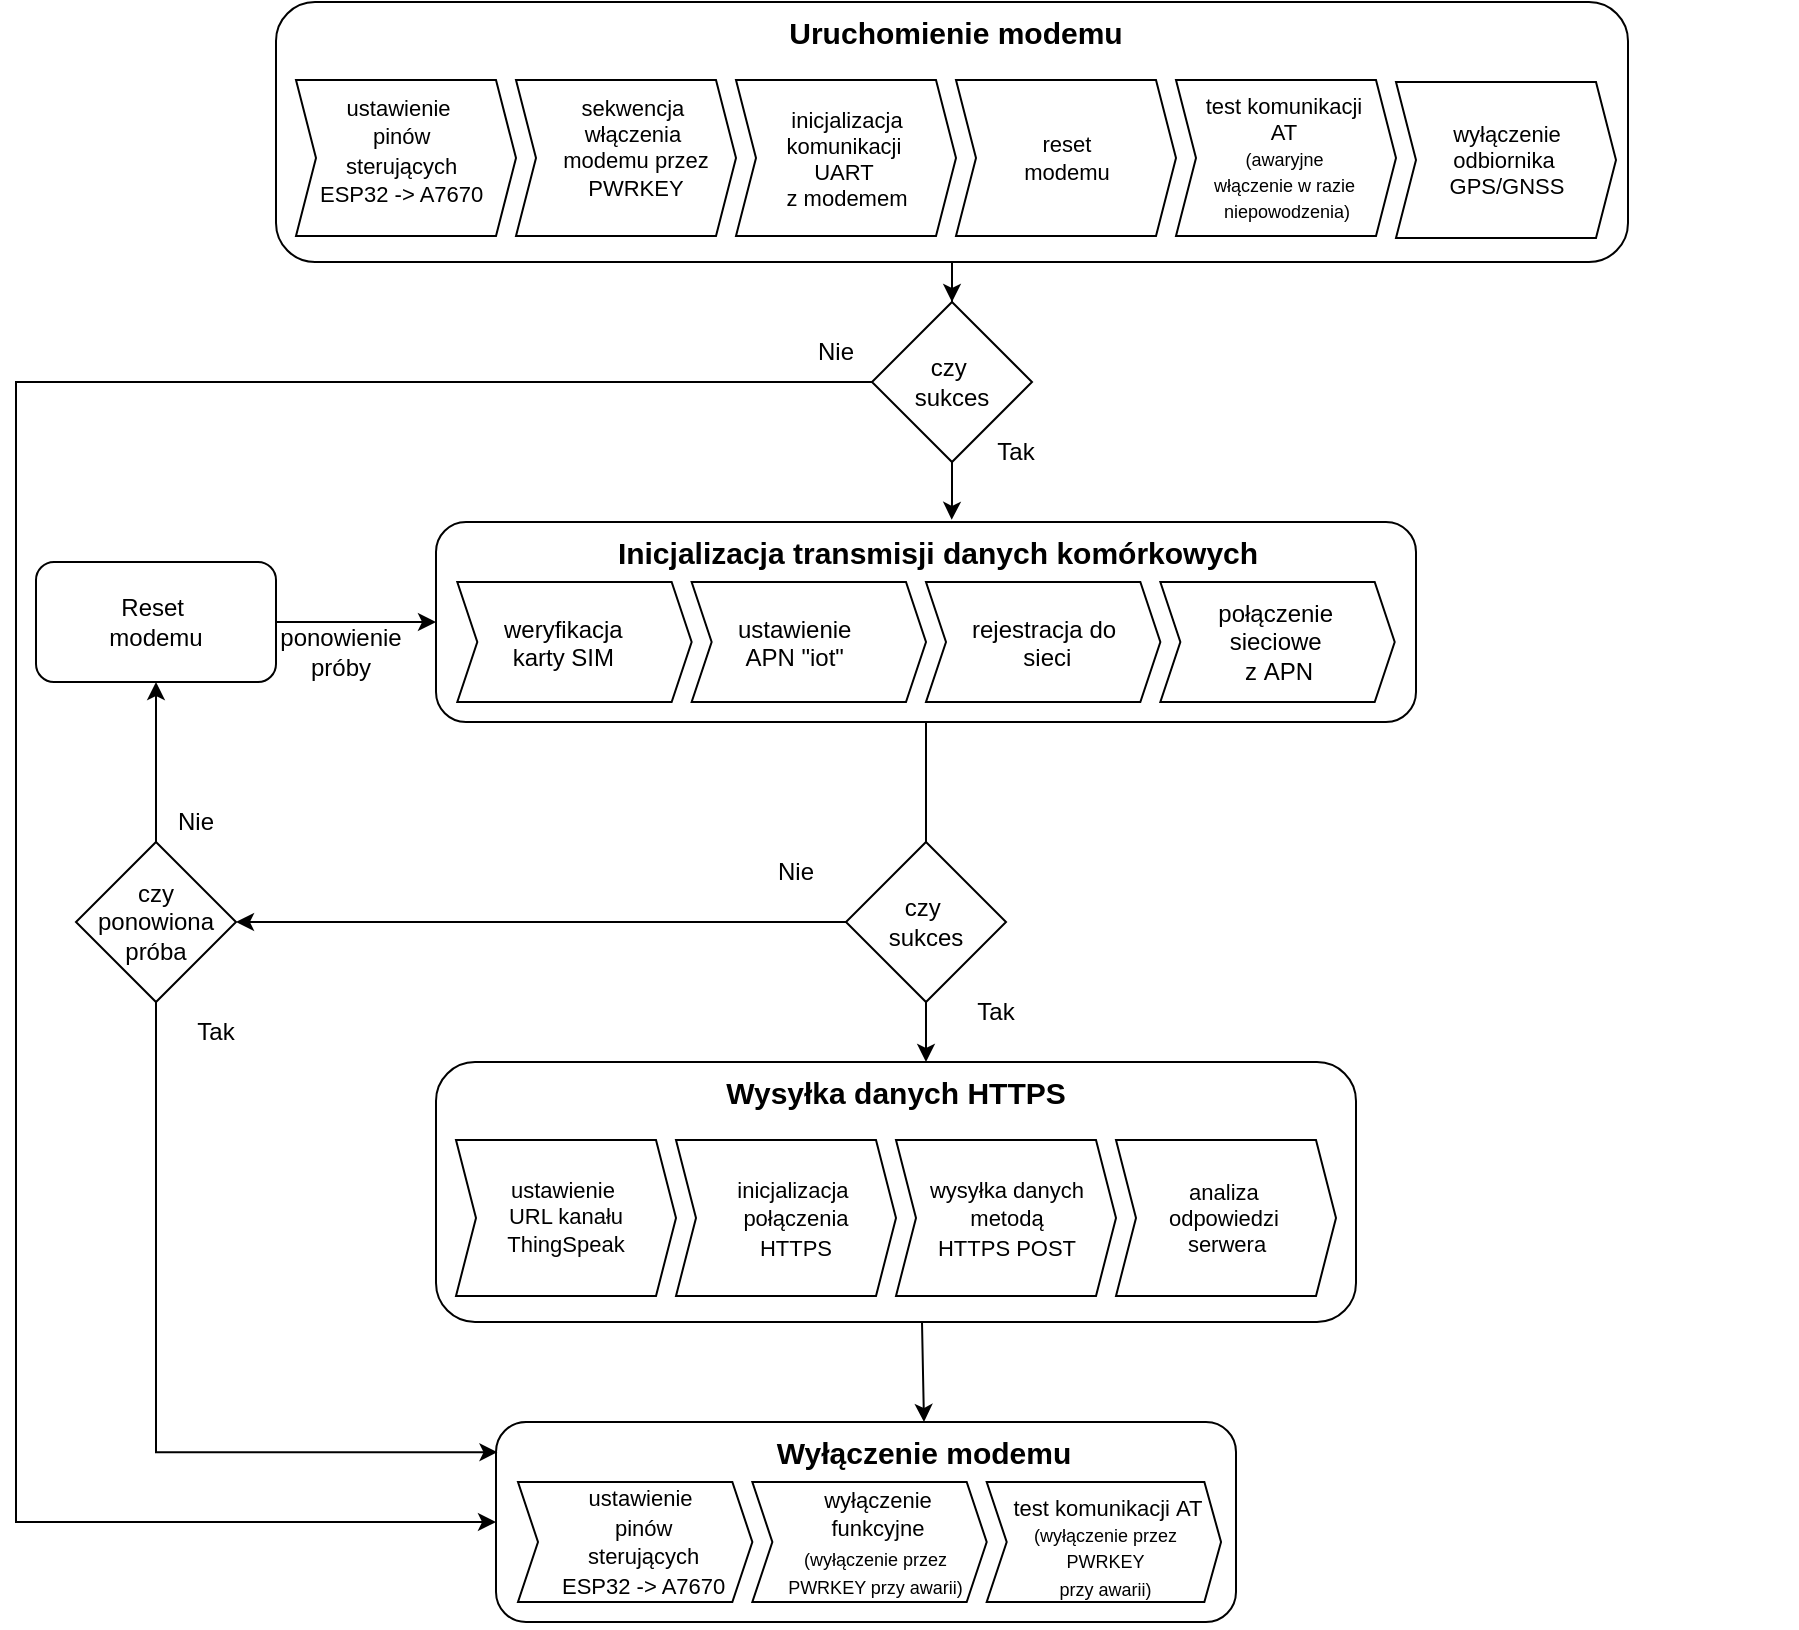
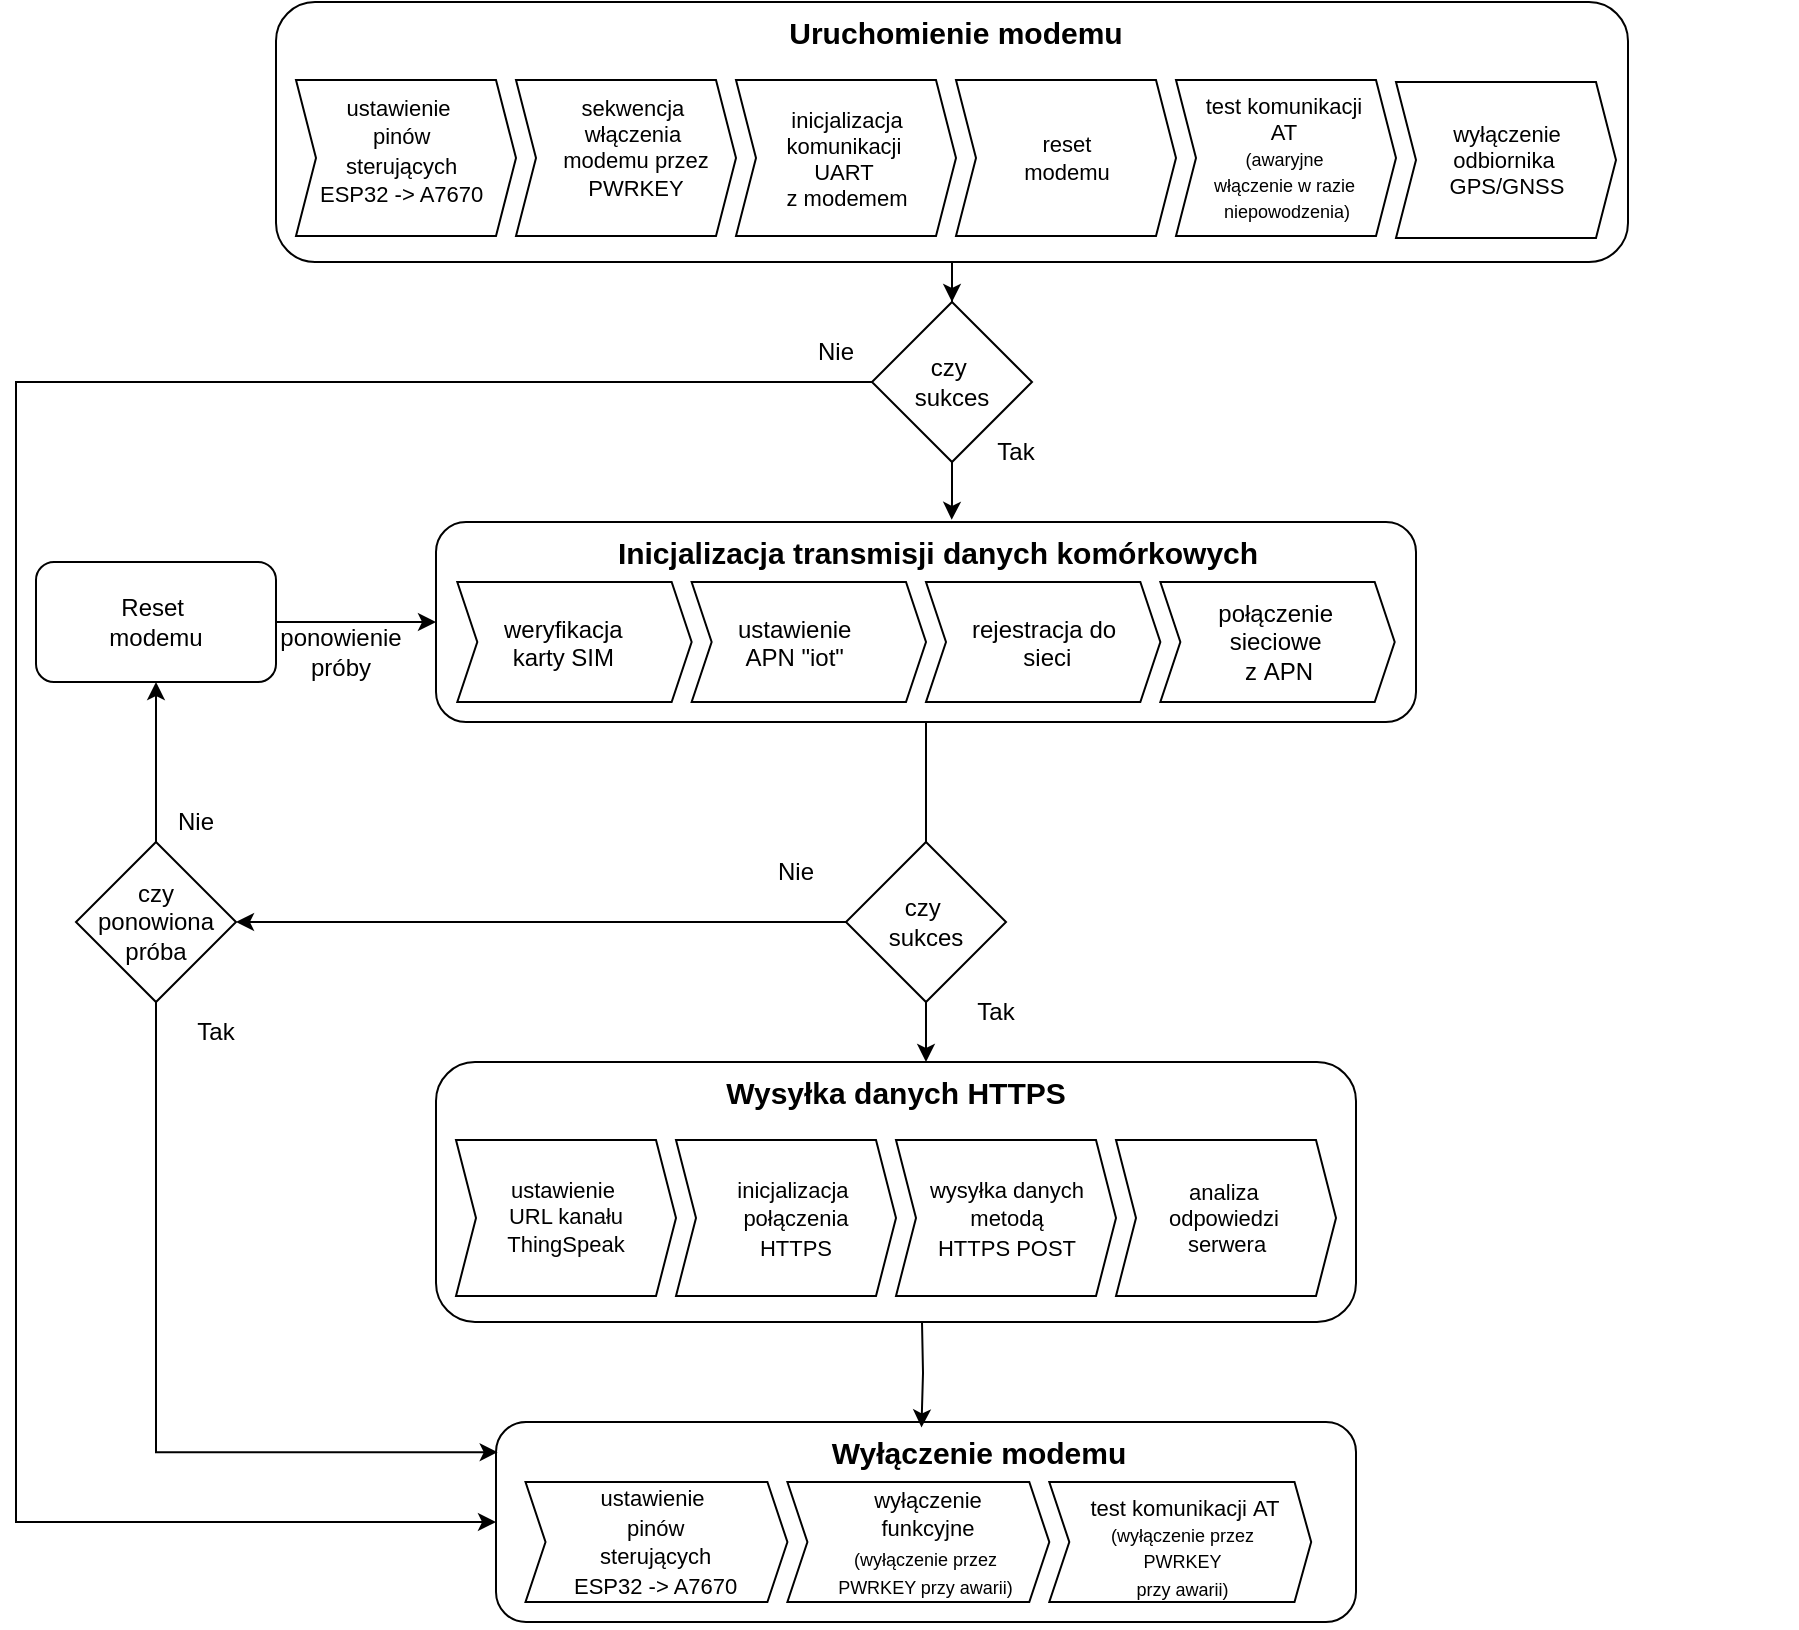
<mxfile host="app.diagrams.net">
  <diagram name="Strona-1" id="qUiWrLwNQSNPpPlMcjFA">
-     <mxGraphModel dx="1386" dy="2143" grid="1" gridSize="10" guides="1" tooltips="1" connect="1" arrows="1" fold="1" page="1" pageScale="1" pageWidth="827" pageHeight="1169" math="0" shadow="0">
+     <mxGraphModel dx="554" dy="1559" grid="1" gridSize="10" guides="1" tooltips="1" connect="1" arrows="1" fold="1" page="1" pageScale="1" pageWidth="827" pageHeight="1169" math="0" shadow="0">
      <root>
        <mxCell id="0" />
        <mxCell id="1" parent="0" />
        <mxCell id="zzqq1YDTvUKB0URQ00NY-44" connectable="0" parent="1" style="group" value="" vertex="1">
          <mxGeometry height="100" width="490.6521739130435" x="650" y="110" as="geometry" />
        </mxCell>
        <mxCell id="zzqq1YDTvUKB0URQ00NY-41" parent="zzqq1YDTvUKB0URQ00NY-44" style="rounded=1;whiteSpace=wrap;html=1;fillColor=none;" value="" vertex="1">
          <mxGeometry height="100" width="490.0000000000001" as="geometry" />
        </mxCell>
        <mxCell id="zzqq1YDTvUKB0URQ00NY-43" connectable="0" parent="zzqq1YDTvUKB0URQ00NY-44" style="group" value="" vertex="1">
          <mxGeometry height="90" width="480" x="10.65217391304348" as="geometry" />
        </mxCell>
        <mxCell id="zzqq1YDTvUKB0URQ00NY-32" parent="zzqq1YDTvUKB0URQ00NY-43" style="html=1;shadow=0;dashed=0;align=center;verticalAlign=middle;shape=mxgraph.arrows2.arrow;dy=0;dx=10;notch=10;" value="" vertex="1">
          <mxGeometry height="60" width="117.17391304347828" y="30" as="geometry" />
        </mxCell>
        <mxCell id="zzqq1YDTvUKB0URQ00NY-34" parent="zzqq1YDTvUKB0URQ00NY-43" style="text;whiteSpace=wrap;html=1;" value="&lt;span style=&quot;caret-color: rgb(0, 0, 0); color: rgb(0, 0, 0); font-family: Helvetica; font-size: 12.000001px; font-style: normal; font-variant-caps: normal; font-weight: 400; letter-spacing: normal; orphans: 2; text-align: center; text-indent: 0px; text-transform: none; white-space: nowrap; widows: 2; word-spacing: 0px; -webkit-text-stroke-width: 0px; text-decoration-line: none; text-decoration-thickness: auto; text-decoration-style: solid;&quot;&gt;weryfikacja&lt;/span&gt;&lt;div style=&quot;caret-color: rgb(0, 0, 0); color: rgb(0, 0, 0); font-family: Helvetica; font-size: 12.000001px; font-style: normal; font-variant-caps: normal; font-weight: 400; letter-spacing: normal; orphans: 2; text-align: center; text-indent: 0px; text-transform: none; white-space: nowrap; widows: 2; word-spacing: 0px; -webkit-text-stroke-width: 0px; text-decoration-line: none; text-decoration-thickness: auto; text-decoration-style: solid;&quot;&gt;karty SIM&lt;/div&gt;" vertex="1">
          <mxGeometry height="50" width="95.86956521739131" x="21.30434782608696" y="40" as="geometry" />
        </mxCell>
        <mxCell id="zzqq1YDTvUKB0URQ00NY-35" parent="zzqq1YDTvUKB0URQ00NY-43" style="html=1;shadow=0;dashed=0;align=center;verticalAlign=middle;shape=mxgraph.arrows2.arrow;dy=0;dx=10;notch=10;" value="" vertex="1">
          <mxGeometry height="60" width="117.17391304347828" x="117.17391304347828" y="30" as="geometry" />
        </mxCell>
        <mxCell id="zzqq1YDTvUKB0URQ00NY-36" parent="zzqq1YDTvUKB0URQ00NY-43" style="text;whiteSpace=wrap;html=1;" value="&lt;div style=&quot;text-align: center;&quot;&gt;&lt;span style=&quot;font-size: 12px; caret-color: rgb(0, 0, 0); text-wrap-mode: nowrap;&quot;&gt;&lt;font color=&quot;#000000&quot;&gt;ustawienie&lt;/font&gt;&lt;/span&gt;&lt;/div&gt;&lt;div style=&quot;text-align: center;&quot;&gt;&lt;span style=&quot;font-size: 12px; caret-color: rgb(0, 0, 0); text-wrap-mode: nowrap;&quot;&gt;&lt;font color=&quot;#000000&quot;&gt;APN&amp;nbsp;&lt;/font&gt;&lt;/span&gt;&lt;span style=&quot;font-size: 12px; white-space: nowrap;&quot;&gt;&quot;iot&quot;&lt;/span&gt;&lt;/div&gt;" vertex="1">
          <mxGeometry height="50" width="95.86956521739131" x="138.47826086956525" y="40" as="geometry" />
        </mxCell>
        <mxCell id="zzqq1YDTvUKB0URQ00NY-37" parent="zzqq1YDTvUKB0URQ00NY-43" style="html=1;shadow=0;dashed=0;align=center;verticalAlign=middle;shape=mxgraph.arrows2.arrow;dy=0;dx=10;notch=10;" value="" vertex="1">
          <mxGeometry height="60" width="117.17391304347828" x="234.34782608695656" y="30" as="geometry" />
        </mxCell>
        <mxCell id="zzqq1YDTvUKB0URQ00NY-38" parent="zzqq1YDTvUKB0URQ00NY-43" style="text;whiteSpace=wrap;html=1;" value="&lt;div style=&quot;text-align: center;&quot;&gt;&lt;span style=&quot;caret-color: rgb(0, 0, 0); text-wrap-mode: nowrap;&quot;&gt;rejestracja do&amp;nbsp;&lt;/span&gt;&lt;/div&gt;&lt;div style=&quot;text-align: center;&quot;&gt;&lt;span style=&quot;caret-color: rgb(0, 0, 0); text-wrap-mode: nowrap;&quot;&gt;sieci&lt;/span&gt;&lt;/div&gt;" vertex="1">
          <mxGeometry height="50" width="95.86956521739131" x="255.6521739130435" y="40" as="geometry" />
        </mxCell>
        <mxCell id="zzqq1YDTvUKB0URQ00NY-39" parent="zzqq1YDTvUKB0URQ00NY-43" style="html=1;shadow=0;dashed=0;align=center;verticalAlign=middle;shape=mxgraph.arrows2.arrow;dy=0;dx=10;notch=10;" value="połączenie&amp;nbsp;&lt;div&gt;sieciowe&amp;nbsp;&lt;/div&gt;&lt;div&gt;z&amp;nbsp;&lt;span style=&quot;font-size: 12px;&quot;&gt;APN&lt;/span&gt;&lt;/div&gt;" vertex="1">
          <mxGeometry height="60" width="117.17391304347828" x="351.52173913043487" y="30" as="geometry" />
        </mxCell>
        <mxCell id="zzqq1YDTvUKB0URQ00NY-42" parent="zzqq1YDTvUKB0URQ00NY-43" style="text;whiteSpace=wrap;html=1;align=center;" value="&lt;div style=&quot;&quot;&gt;&lt;span style=&quot;&quot;&gt;&lt;b&gt;&lt;font style=&quot;font-size: 15px;&quot;&gt;Inicjalizacja transmisji danych komórkowych&lt;/font&gt;&lt;/b&gt;&lt;/span&gt;&lt;br&gt;&lt;/div&gt;" vertex="1">
          <mxGeometry height="50" width="480" as="geometry" />
        </mxCell>
        <mxCell id="zzqq1YDTvUKB0URQ00NY-64" connectable="0" parent="1" style="group" value="" vertex="1">
          <mxGeometry height="130" width="680" x="570" y="-150" as="geometry" />
        </mxCell>
        <mxCell id="zzqq1YDTvUKB0URQ00NY-47" parent="zzqq1YDTvUKB0URQ00NY-64" style="rounded=1;whiteSpace=wrap;html=1;fillColor=none;" value="" vertex="1">
          <mxGeometry height="130" width="676" as="geometry" />
        </mxCell>
        <mxCell id="zzqq1YDTvUKB0URQ00NY-63" connectable="0" parent="zzqq1YDTvUKB0URQ00NY-64" style="group" value="" vertex="1">
          <mxGeometry height="118" width="670" x="10" as="geometry" />
        </mxCell>
        <mxCell id="zzqq1YDTvUKB0URQ00NY-48" connectable="0" parent="zzqq1YDTvUKB0URQ00NY-63" style="group" value="" vertex="1">
          <mxGeometry height="117" width="670" as="geometry" />
        </mxCell>
        <mxCell id="zzqq1YDTvUKB0URQ00NY-49" parent="zzqq1YDTvUKB0URQ00NY-48" style="html=1;shadow=0;dashed=0;align=center;verticalAlign=middle;shape=mxgraph.arrows2.arrow;dy=0;dx=10;notch=10;" value="" vertex="1">
          <mxGeometry height="78" width="110" y="39" as="geometry" />
        </mxCell>
        <mxCell id="zzqq1YDTvUKB0URQ00NY-51" parent="zzqq1YDTvUKB0URQ00NY-48" style="html=1;shadow=0;dashed=0;align=center;verticalAlign=middle;shape=mxgraph.arrows2.arrow;dy=0;dx=10;notch=10;" value="" vertex="1">
          <mxGeometry height="78" width="110" x="110" y="39" as="geometry" />
        </mxCell>
        <mxCell id="zzqq1YDTvUKB0URQ00NY-52" parent="zzqq1YDTvUKB0URQ00NY-48" style="text;whiteSpace=wrap;html=1;fontSize=11;align=center;" value="&lt;div style=&quot;&quot;&gt;&lt;span style=&quot;caret-color: rgb(0, 0, 0); text-wrap-mode: nowrap;&quot;&gt;sekwencja&amp;nbsp;&lt;/span&gt;&lt;/div&gt;&lt;div style=&quot;&quot;&gt;&lt;span style=&quot;caret-color: rgb(0, 0, 0); text-wrap-mode: nowrap;&quot;&gt;włączenia&amp;nbsp;&lt;/span&gt;&lt;/div&gt;&lt;div style=&quot;&quot;&gt;&lt;span style=&quot;caret-color: rgb(0, 0, 0); text-wrap-mode: nowrap;&quot;&gt;modemu przez&lt;/span&gt;&lt;/div&gt;&lt;div style=&quot;&quot;&gt;&lt;span style=&quot;caret-color: rgb(0, 0, 0); text-wrap-mode: nowrap;&quot;&gt;PWRKEY&lt;/span&gt;&lt;/div&gt;&lt;div style=&quot;&quot;&gt;&lt;span style=&quot;caret-color: rgb(0, 0, 0); text-wrap-mode: nowrap;&quot;&gt;&lt;br&gt;&lt;/span&gt;&lt;/div&gt;&lt;div style=&quot;&quot;&gt;&lt;br&gt;&lt;/div&gt;" vertex="1">
          <mxGeometry height="77" width="120" x="110" y="40" as="geometry" />
        </mxCell>
        <mxCell id="zzqq1YDTvUKB0URQ00NY-53" parent="zzqq1YDTvUKB0URQ00NY-48" style="html=1;shadow=0;dashed=0;align=center;verticalAlign=middle;shape=mxgraph.arrows2.arrow;dy=0;dx=10;notch=10;" value="&lt;span style=&quot;font-size: 11px; float: none; display: inline !important; caret-color: rgb(0, 0, 0); color: rgb(0, 0, 0); text-decoration-color: currentcolor;&quot;&gt;inicjalizacja&lt;/span&gt;&lt;div style=&quot;font-size: 11px; white-space: normal; caret-color: rgb(0, 0, 0); color: rgb(0, 0, 0);&quot;&gt;&lt;span style=&quot;text-wrap-mode: nowrap;&quot;&gt;komunikacji&amp;nbsp;&lt;/span&gt;&lt;/div&gt;&lt;div style=&quot;font-size: 11px; white-space: normal; caret-color: rgb(0, 0, 0); color: rgb(0, 0, 0);&quot;&gt;&lt;span style=&quot;text-wrap-mode: nowrap;&quot;&gt;UART&amp;nbsp;&lt;/span&gt;&lt;/div&gt;&lt;div style=&quot;font-size: 11px; white-space: normal; caret-color: rgb(0, 0, 0); color: rgb(0, 0, 0);&quot;&gt;&lt;span style=&quot;text-wrap-mode: nowrap;&quot;&gt;z modemem&lt;/span&gt;&lt;/div&gt;" vertex="1">
          <mxGeometry height="78" width="110" x="220" y="39" as="geometry" />
        </mxCell>
        <mxCell id="zzqq1YDTvUKB0URQ00NY-55" parent="zzqq1YDTvUKB0URQ00NY-48" style="html=1;shadow=0;dashed=0;align=center;verticalAlign=middle;shape=mxgraph.arrows2.arrow;dy=0;dx=10;notch=10;fontSize=11;labelBackgroundColor=none;" value="reset&lt;div&gt;modemu&lt;/div&gt;" vertex="1">
          <mxGeometry height="78" width="110" x="330" y="39" as="geometry" />
        </mxCell>
        <mxCell id="zzqq1YDTvUKB0URQ00NY-56" parent="zzqq1YDTvUKB0URQ00NY-48" style="text;whiteSpace=wrap;html=1;align=center;" value="&lt;div style=&quot;&quot;&gt;&lt;b&gt;&lt;font style=&quot;font-size: 15px;&quot;&gt;Uruchomienie modemu&lt;/font&gt;&lt;/b&gt;&lt;/div&gt;" vertex="1">
          <mxGeometry height="65" width="680" x="-10" as="geometry" />
        </mxCell>
        <mxCell id="zzqq1YDTvUKB0URQ00NY-50" parent="zzqq1YDTvUKB0URQ00NY-48" style="text;whiteSpace=wrap;html=1;" value="&lt;div style=&quot;text-align: center;&quot;&gt;&lt;span style=&quot;text-wrap-mode: nowrap;&quot;&gt;&lt;font style=&quot;font-size: 11px;&quot;&gt;ustawienie&amp;nbsp;&lt;/font&gt;&lt;/span&gt;&lt;/div&gt;&lt;div style=&quot;text-align: center;&quot;&gt;&lt;span style=&quot;text-wrap-mode: nowrap;&quot;&gt;&lt;font style=&quot;font-size: 11px;&quot;&gt;pinów&lt;/font&gt;&lt;/span&gt;&lt;/div&gt;&lt;div style=&quot;text-align: center;&quot;&gt;&lt;span style=&quot;text-wrap-mode: nowrap;&quot;&gt;&lt;font style=&quot;font-size: 11px;&quot;&gt;&amp;nbsp;sterujących&amp;nbsp;&lt;/font&gt;&lt;/span&gt;&lt;/div&gt;&lt;div style=&quot;text-align: center;&quot;&gt;&lt;span style=&quot;font-size: 11px; text-wrap-mode: nowrap;&quot;&gt;ESP32 -&amp;gt; A7670&lt;/span&gt;&lt;/div&gt;&lt;div style=&quot;text-align: center;&quot;&gt;&lt;span style=&quot;text-wrap-mode: nowrap;&quot;&gt;&lt;br&gt;&lt;/span&gt;&lt;/div&gt;" vertex="1">
          <mxGeometry height="65" width="90" x="10" y="39" as="geometry" />
        </mxCell>
        <mxCell id="zzqq1YDTvUKB0URQ00NY-58" parent="zzqq1YDTvUKB0URQ00NY-63" style="html=1;shadow=0;dashed=0;align=center;verticalAlign=middle;shape=mxgraph.arrows2.arrow;dy=0;dx=10;notch=10;fontSize=11;" value="test komunikacji&amp;nbsp;&lt;div&gt;AT&amp;nbsp;&lt;div&gt;&lt;font style=&quot;font-size: 9px;&quot;&gt;(awaryjne&amp;nbsp;&lt;/font&gt;&lt;/div&gt;&lt;div&gt;&lt;font style=&quot;font-size: 9px;&quot;&gt;włączenie w razie&amp;nbsp;&lt;/font&gt;&lt;/div&gt;&lt;div&gt;&lt;font style=&quot;font-size: 9px;&quot;&gt;niepowodzenia)&lt;/font&gt;&lt;/div&gt;&lt;/div&gt;" vertex="1">
          <mxGeometry height="78" width="110" x="440" y="39" as="geometry" />
        </mxCell>
        <mxCell id="zzqq1YDTvUKB0URQ00NY-59" parent="zzqq1YDTvUKB0URQ00NY-63" style="html=1;shadow=0;dashed=0;align=center;verticalAlign=middle;shape=mxgraph.arrows2.arrow;dy=0;dx=10;notch=10;fontSize=11;" value="wyłączenie&lt;div&gt;odbiornika&amp;nbsp;&lt;/div&gt;&lt;div&gt;GPS/GNSS&lt;/div&gt;" vertex="1">
          <mxGeometry height="78" width="110" x="550" y="40" as="geometry" />
        </mxCell>
        <mxCell id="zzqq1YDTvUKB0URQ00NY-69" edge="1" parent="1" source="zzqq1YDTvUKB0URQ00NY-65" style="edgeStyle=orthogonalEdgeStyle;rounded=0;orthogonalLoop=1;jettySize=auto;html=1;fontSize=13;entryX=0.515;entryY=-0.022;entryDx=0;entryDy=0;entryPerimeter=0;" target="zzqq1YDTvUKB0URQ00NY-42" value="">
          <mxGeometry relative="1" as="geometry" />
        </mxCell>
        <mxCell id="zzqq1YDTvUKB0URQ00NY-126" edge="1" parent="1" source="zzqq1YDTvUKB0URQ00NY-65" style="edgeStyle=orthogonalEdgeStyle;rounded=0;orthogonalLoop=1;jettySize=auto;html=1;entryX=0;entryY=0.5;entryDx=0;entryDy=0;" target="zzqq1YDTvUKB0URQ00NY-73">
          <mxGeometry relative="1" as="geometry">
            <Array as="points">
              <mxPoint x="440" y="40" />
              <mxPoint x="440" y="610" />
            </Array>
            <mxPoint x="430" y="730" as="targetPoint" />
          </mxGeometry>
        </mxCell>
        <mxCell id="zzqq1YDTvUKB0URQ00NY-65" parent="1" style="rhombus;whiteSpace=wrap;html=1;" value="czy&amp;nbsp;&lt;div&gt;sukces&lt;/div&gt;" vertex="1">
          <mxGeometry height="80" width="80" x="868" as="geometry" />
        </mxCell>
        <mxCell id="zzqq1YDTvUKB0URQ00NY-66" parent="1" style="text;html=1;whiteSpace=wrap;strokeColor=none;fillColor=none;align=center;verticalAlign=middle;rounded=0;" value="Nie" vertex="1">
          <mxGeometry height="30" width="60" x="820" y="10" as="geometry" />
        </mxCell>
        <mxCell id="zzqq1YDTvUKB0URQ00NY-94" parent="1" style="text;html=1;whiteSpace=wrap;strokeColor=none;fillColor=none;align=center;verticalAlign=middle;rounded=0;" value="Tak" vertex="1">
          <mxGeometry height="30" width="60" x="910" y="60" as="geometry" />
        </mxCell>
        <mxCell id="zzqq1YDTvUKB0URQ00NY-108" edge="1" parent="1" source="zzqq1YDTvUKB0URQ00NY-41" style="edgeStyle=orthogonalEdgeStyle;rounded=0;orthogonalLoop=1;jettySize=auto;html=1;entryX=0.5;entryY=0;entryDx=0;entryDy=0;exitX=0.5;exitY=1;exitDx=0;exitDy=0;">
          <mxGeometry relative="1" as="geometry">
            <mxPoint x="895" y="380" as="targetPoint" />
          </mxGeometry>
        </mxCell>
        <mxCell id="zzqq1YDTvUKB0URQ00NY-119" edge="1" parent="1" source="zzqq1YDTvUKB0URQ00NY-109" style="edgeStyle=orthogonalEdgeStyle;rounded=0;orthogonalLoop=1;jettySize=auto;html=1;" target="zzqq1YDTvUKB0URQ00NY-115">
          <mxGeometry relative="1" as="geometry" />
        </mxCell>
        <mxCell id="zzqq1YDTvUKB0URQ00NY-109" parent="1" style="rhombus;whiteSpace=wrap;html=1;" value="czy&amp;nbsp;&lt;div&gt;sukces&lt;/div&gt;" vertex="1">
          <mxGeometry height="80" width="80" x="855" y="270" as="geometry" />
        </mxCell>
        <mxCell id="zzqq1YDTvUKB0URQ00NY-110" parent="1" style="text;html=1;whiteSpace=wrap;strokeColor=none;fillColor=none;align=center;verticalAlign=middle;rounded=0;" value="Tak" vertex="1">
          <mxGeometry height="30" width="60" x="900" y="340" as="geometry" />
        </mxCell>
        <mxCell id="zzqq1YDTvUKB0URQ00NY-111" parent="1" style="text;html=1;whiteSpace=wrap;strokeColor=none;fillColor=none;align=center;verticalAlign=middle;rounded=0;" value="Nie" vertex="1">
          <mxGeometry height="30" width="60" x="800" y="270" as="geometry" />
        </mxCell>
        <mxCell id="zzqq1YDTvUKB0URQ00NY-121" edge="1" parent="1" source="zzqq1YDTvUKB0URQ00NY-113" style="edgeStyle=orthogonalEdgeStyle;rounded=0;orthogonalLoop=1;jettySize=auto;html=1;entryX=0;entryY=0.5;entryDx=0;entryDy=0;" target="zzqq1YDTvUKB0URQ00NY-41" value="">
          <mxGeometry relative="1" as="geometry" />
        </mxCell>
        <mxCell id="zzqq1YDTvUKB0URQ00NY-113" parent="1" style="rounded=1;whiteSpace=wrap;html=1;" value="Reset&amp;nbsp;&lt;div&gt;modemu&lt;/div&gt;" vertex="1">
          <mxGeometry height="60" width="120" x="450" y="130" as="geometry" />
        </mxCell>
        <mxCell id="zzqq1YDTvUKB0URQ00NY-114" edge="1" parent="1" source="zzqq1YDTvUKB0URQ00NY-115" style="edgeStyle=orthogonalEdgeStyle;rounded=0;orthogonalLoop=1;jettySize=auto;html=1;" target="zzqq1YDTvUKB0URQ00NY-113" value="">
          <mxGeometry relative="1" as="geometry" />
        </mxCell>
        <mxCell id="zzqq1YDTvUKB0URQ00NY-122" edge="1" parent="1" source="zzqq1YDTvUKB0URQ00NY-115" style="edgeStyle=orthogonalEdgeStyle;rounded=0;orthogonalLoop=1;jettySize=auto;html=1;entryX=0.002;entryY=0.151;entryDx=0;entryDy=0;entryPerimeter=0;" target="zzqq1YDTvUKB0URQ00NY-73">
          <mxGeometry relative="1" as="geometry">
            <Array as="points">
              <mxPoint x="510" y="575" />
            </Array>
          </mxGeometry>
        </mxCell>
        <mxCell id="zzqq1YDTvUKB0URQ00NY-115" parent="1" style="rhombus;whiteSpace=wrap;html=1;" value="czy ponowiona próba" vertex="1">
          <mxGeometry height="80" width="80" x="470" y="270" as="geometry" />
        </mxCell>
        <mxCell id="zzqq1YDTvUKB0URQ00NY-116" parent="1" style="text;html=1;whiteSpace=wrap;strokeColor=none;fillColor=none;align=center;verticalAlign=middle;rounded=0;" value="Nie" vertex="1">
          <mxGeometry height="30" width="60" x="500" y="245" as="geometry" />
        </mxCell>
        <mxCell id="zzqq1YDTvUKB0URQ00NY-117" parent="1" style="text;html=1;whiteSpace=wrap;strokeColor=none;fillColor=none;align=center;verticalAlign=middle;rounded=0;" value="Tak" vertex="1">
          <mxGeometry height="30" width="60" x="510" y="350" as="geometry" />
        </mxCell>
        <mxCell id="zzqq1YDTvUKB0URQ00NY-120" parent="1" style="text;html=1;whiteSpace=wrap;strokeColor=none;fillColor=none;align=center;verticalAlign=middle;rounded=0;" value="ponowienie próby" vertex="1">
          <mxGeometry height="30" width="95" x="555" y="160" as="geometry" />
        </mxCell>
        <mxCell id="zzqq1YDTvUKB0URQ00NY-128" edge="1" parent="1" source="zzqq1YDTvUKB0URQ00NY-47" style="edgeStyle=orthogonalEdgeStyle;rounded=0;orthogonalLoop=1;jettySize=auto;html=1;entryX=0.5;entryY=0;entryDx=0;entryDy=0;" target="zzqq1YDTvUKB0URQ00NY-65">
          <mxGeometry relative="1" as="geometry" />
        </mxCell>
-         <mxCell id="zzqq1YDTvUKB0URQ00NY-129" edge="1" parent="1" style="edgeStyle=orthogonalEdgeStyle;rounded=0;orthogonalLoop=1;jettySize=auto;html=1;" target="zzqq1YDTvUKB0URQ00NY-82" value="">
+         <mxCell id="zzqq1YDTvUKB0URQ00NY-129" edge="1" parent="1" style="edgeStyle=orthogonalEdgeStyle;rounded=0;orthogonalLoop=1;jettySize=auto;html=1;entryX=0.445;entryY=0.054;entryDx=0;entryDy=0;entryPerimeter=0;" target="zzqq1YDTvUKB0URQ00NY-82" value="">
          <mxGeometry relative="1" as="geometry">
            <mxPoint x="893" y="510" as="sourcePoint" />
          </mxGeometry>
        </mxCell>
        <mxCell id="zzqq1YDTvUKB0URQ00NY-73" parent="1" style="rounded=1;whiteSpace=wrap;html=1;fillColor=none;" value="" vertex="1">
-           <mxGeometry height="100" width="370" x="680" y="560" as="geometry" />
+           <mxGeometry height="100" width="430" x="680" y="560" as="geometry" />
        </mxCell>
        <mxCell id="zzqq1YDTvUKB0URQ00NY-133" connectable="0" parent="1" style="group" value="" vertex="1">
-           <mxGeometry height="95" width="501.9999999999999" x="659.0021739130435" y="560" as="geometry" />
+           <mxGeometry height="95" width="561" x="659" y="560" as="geometry" />
        </mxCell>
        <mxCell id="zzqq1YDTvUKB0URQ00NY-74" connectable="0" parent="zzqq1YDTvUKB0URQ00NY-133" style="group" value="" vertex="1">
-           <mxGeometry height="95" width="470" x="32" as="geometry" />
+           <mxGeometry height="95" width="525.2390438247013" x="35.76095617529881" as="geometry" />
        </mxCell>
        <mxCell id="zzqq1YDTvUKB0URQ00NY-75" parent="zzqq1YDTvUKB0URQ00NY-74" style="html=1;shadow=0;dashed=0;align=center;verticalAlign=middle;shape=mxgraph.arrows2.arrow;dy=0;dx=10;notch=10;" value="" vertex="1">
-           <mxGeometry height="60" width="117.17391304347828" y="30" as="geometry" />
+           <mxGeometry height="60" width="130.94534903862814" y="30" as="geometry" />
        </mxCell>
        <mxCell id="zzqq1YDTvUKB0URQ00NY-76" parent="zzqq1YDTvUKB0URQ00NY-74" style="text;whiteSpace=wrap;html=1;" value="&lt;div style=&quot;font-size: 12.000001px; text-align: center;&quot;&gt;&lt;span style=&quot;text-wrap-mode: nowrap;&quot;&gt;&lt;font style=&quot;font-size: 11px;&quot;&gt;&lt;br&gt;&lt;/font&gt;&lt;/span&gt;&lt;/div&gt;&lt;div style=&quot;font-size: 12.000001px; text-align: center;&quot;&gt;&lt;span style=&quot;text-wrap-mode: nowrap;&quot;&gt;&lt;font style=&quot;font-size: 11px;&quot;&gt;ustawienie&amp;nbsp;&lt;/font&gt;&lt;/span&gt;&lt;/div&gt;&lt;div style=&quot;font-size: 12.000001px; text-align: center;&quot;&gt;&lt;span style=&quot;text-wrap-mode: nowrap;&quot;&gt;&lt;font style=&quot;font-size: 11px;&quot;&gt;pinów&lt;/font&gt;&lt;/span&gt;&lt;/div&gt;&lt;div style=&quot;font-size: 12.000001px; text-align: center;&quot;&gt;&lt;span style=&quot;text-wrap-mode: nowrap;&quot;&gt;&lt;font style=&quot;font-size: 11px;&quot;&gt;&amp;nbsp;sterujących&amp;nbsp;&lt;/font&gt;&lt;/span&gt;&lt;/div&gt;&lt;div style=&quot;font-size: 12.000001px; text-align: center;&quot;&gt;&lt;span style=&quot;font-size: 11px; text-wrap-mode: nowrap;&quot;&gt;ESP32 -&amp;gt; A7670&lt;/span&gt;&lt;/div&gt;&lt;div&gt;&lt;span style=&quot;font-size: 11px; text-wrap-mode: nowrap;&quot;&gt;&lt;br&gt;&lt;/span&gt;&lt;/div&gt;" vertex="1">
-           <mxGeometry height="80" width="97.17" x="20" y="10" as="geometry" />
+           <mxGeometry height="80" width="108.5903784860558" x="22.350597609561756" y="10" as="geometry" />
        </mxCell>
        <mxCell id="zzqq1YDTvUKB0URQ00NY-77" parent="zzqq1YDTvUKB0URQ00NY-74" style="html=1;shadow=0;dashed=0;align=center;verticalAlign=middle;shape=mxgraph.arrows2.arrow;dy=0;dx=10;notch=10;" value="" vertex="1">
-           <mxGeometry height="60" width="117.17391304347828" x="117.17391304347828" y="30" as="geometry" />
+           <mxGeometry height="60" width="130.94534903862814" x="130.94534903862814" y="30" as="geometry" />
        </mxCell>
        <mxCell id="zzqq1YDTvUKB0URQ00NY-78" parent="zzqq1YDTvUKB0URQ00NY-74" style="text;whiteSpace=wrap;html=1;align=center;" value="&lt;div style=&quot;&quot;&gt;&lt;span style=&quot;caret-color: rgb(0, 0, 0); text-wrap-mode: nowrap;&quot;&gt;&lt;font style=&quot;font-size: 11px;&quot;&gt;wyłączenie&lt;/font&gt;&lt;/span&gt;&lt;/div&gt;&lt;div style=&quot;&quot;&gt;&lt;span style=&quot;caret-color: rgb(0, 0, 0); text-wrap-mode: nowrap;&quot;&gt;&lt;font style=&quot;font-size: 11px;&quot;&gt;funkcyjne&lt;/font&gt;&lt;/span&gt;&lt;/div&gt;&lt;div style=&quot;&quot;&gt;&lt;font style=&quot;font-size: 9px;&quot;&gt;&lt;span style=&quot;text-wrap-mode: nowrap;&quot;&gt;(wyłączenie&amp;nbsp;&lt;/span&gt;&lt;span style=&quot;white-space: nowrap;&quot;&gt;przez&amp;nbsp;&lt;/span&gt;&lt;/font&gt;&lt;/div&gt;&lt;div style=&quot;&quot;&gt;&lt;span style=&quot;white-space: nowrap;&quot;&gt;&lt;font style=&quot;font-size: 9px;&quot;&gt;&lt;font&gt;PWRKEY&lt;/font&gt;&lt;font&gt; przy awarii)&amp;nbsp;&lt;/font&gt;&lt;/font&gt;&lt;/span&gt;&lt;/div&gt;" vertex="1">
-           <mxGeometry height="70" width="120" x="120" y="25" as="geometry" />
+           <mxGeometry height="70" width="134.10358565737056" x="134.10358565737056" y="25" as="geometry" />
        </mxCell>
        <mxCell id="zzqq1YDTvUKB0URQ00NY-79" parent="zzqq1YDTvUKB0URQ00NY-74" style="html=1;shadow=0;dashed=0;align=center;verticalAlign=middle;shape=mxgraph.arrows2.arrow;dy=0;dx=8.34;notch=10;" value="" vertex="1">
-           <mxGeometry height="60" width="117.17391304347828" x="234.34782608695656" y="30" as="geometry" />
+           <mxGeometry height="60" width="130.94534903862814" x="261.8906980772563" y="30" as="geometry" />
        </mxCell>
        <mxCell id="zzqq1YDTvUKB0URQ00NY-80" parent="zzqq1YDTvUKB0URQ00NY-74" style="text;whiteSpace=wrap;html=1;align=center;fontSize=11;" value="&lt;span style=&quot;text-wrap-mode: nowrap;&quot;&gt;&lt;font&gt;test komunikacji&amp;nbsp;&lt;/font&gt;&lt;/span&gt;&lt;span style=&quot;white-space: nowrap;&quot;&gt;AT&lt;/span&gt;&lt;div&gt;&lt;font style=&quot;font-size: 9px;&quot;&gt;&lt;span style=&quot;white-space: nowrap;&quot;&gt;(wyłączenie&amp;nbsp;&lt;/span&gt;&lt;span style=&quot;white-space: nowrap;&quot;&gt;przez&amp;nbsp;&lt;/span&gt;&lt;/font&gt;&lt;/div&gt;&lt;div&gt;&lt;span style=&quot;white-space: nowrap;&quot;&gt;&lt;font style=&quot;font-size: 9px;&quot;&gt;&lt;font&gt;PWRKEY&lt;/font&gt;&lt;font&gt;&amp;nbsp;&lt;/font&gt;&lt;/font&gt;&lt;/span&gt;&lt;/div&gt;&lt;div&gt;&lt;span style=&quot;white-space: nowrap;&quot;&gt;&lt;font&gt;&lt;font style=&quot;font-size: 9px;&quot;&gt;przy awarii)&amp;nbsp;&lt;/font&gt;&lt;/font&gt;&lt;/span&gt;&lt;/div&gt;" vertex="1">
-           <mxGeometry height="60" width="110" x="240" y="30" as="geometry" />
+           <mxGeometry height="60" width="122.92828685258966" x="268.2071713147411" y="30" as="geometry" />
        </mxCell>
        <mxCell id="zzqq1YDTvUKB0URQ00NY-82" parent="zzqq1YDTvUKB0URQ00NY-133" style="text;whiteSpace=wrap;html=1;align=center;" value="&lt;div style=&quot;&quot;&gt;&lt;span style=&quot;&quot;&gt;&lt;b&gt;&lt;font style=&quot;font-size: 15px;&quot;&gt;Wyłączenie modemu&lt;/font&gt;&lt;/b&gt;&lt;/span&gt;&lt;br&gt;&lt;/div&gt;" vertex="1">
-           <mxGeometry height="50" width="470" as="geometry" />
+           <mxGeometry height="50" width="525.2390438247013" as="geometry" />
        </mxCell>
        <mxCell id="zzqq1YDTvUKB0URQ00NY-162" connectable="0" parent="1" style="group" value="" vertex="1">
          <mxGeometry height="140" width="680" x="650.0000000000001" y="380" as="geometry" />
        </mxCell>
        <mxCell id="zzqq1YDTvUKB0URQ00NY-163" parent="zzqq1YDTvUKB0URQ00NY-162" style="rounded=1;whiteSpace=wrap;html=1;fillColor=none;" value="" vertex="1">
          <mxGeometry height="130" width="460" as="geometry" />
        </mxCell>
        <mxCell id="zzqq1YDTvUKB0URQ00NY-164" connectable="0" parent="zzqq1YDTvUKB0URQ00NY-162" style="group" value="" vertex="1">
          <mxGeometry height="140" width="670" x="10" as="geometry" />
        </mxCell>
        <mxCell id="zzqq1YDTvUKB0URQ00NY-165" connectable="0" parent="zzqq1YDTvUKB0URQ00NY-164" style="group" value="" vertex="1">
          <mxGeometry height="140" width="670" as="geometry" />
        </mxCell>
        <mxCell id="zzqq1YDTvUKB0URQ00NY-166" parent="zzqq1YDTvUKB0URQ00NY-165" style="html=1;shadow=0;dashed=0;align=center;verticalAlign=middle;shape=mxgraph.arrows2.arrow;dy=0;dx=10;notch=10;" value="" vertex="1">
          <mxGeometry height="78" width="110" y="39" as="geometry" />
        </mxCell>
        <mxCell id="zzqq1YDTvUKB0URQ00NY-167" parent="zzqq1YDTvUKB0URQ00NY-165" style="html=1;shadow=0;dashed=0;align=center;verticalAlign=middle;shape=mxgraph.arrows2.arrow;dy=0;dx=10;notch=10;" value="" vertex="1">
          <mxGeometry height="78" width="110" x="110" y="39" as="geometry" />
        </mxCell>
        <mxCell id="zzqq1YDTvUKB0URQ00NY-168" parent="zzqq1YDTvUKB0URQ00NY-165" style="text;whiteSpace=wrap;html=1;fontSize=11;align=center;" value="&lt;div style=&quot;&quot;&gt;&lt;div style=&quot;font-size: 12.000001px;&quot;&gt;&lt;span style=&quot;font-size: 11px; text-wrap-mode: nowrap;&quot;&gt;inicjalizacja&lt;/span&gt;&lt;span style=&quot;font-size: 11px; white-space: nowrap;&quot;&gt;&amp;nbsp;&lt;/span&gt;&lt;/div&gt;&lt;div style=&quot;font-size: 12.000001px;&quot;&gt;&lt;span style=&quot;font-size: 11px; white-space: nowrap;&quot;&gt;połączenia&lt;/span&gt;&lt;/div&gt;&lt;div style=&quot;font-size: 12.000001px;&quot;&gt;&lt;span style=&quot;font-size: 11px; white-space: nowrap;&quot;&gt;HTTPS&lt;/span&gt;&lt;/div&gt;&lt;/div&gt;" vertex="1">
          <mxGeometry height="90" width="120" x="110" y="50" as="geometry" />
        </mxCell>
        <mxCell id="zzqq1YDTvUKB0URQ00NY-169" parent="zzqq1YDTvUKB0URQ00NY-165" style="html=1;shadow=0;dashed=0;align=center;verticalAlign=middle;shape=mxgraph.arrows2.arrow;dy=0;dx=10;notch=10;" value="&lt;font color=&quot;#000000&quot;&gt;&lt;span style=&quot;caret-color: rgb(0, 0, 0); font-size: 11px;&quot;&gt;wysyłka danych&lt;/span&gt;&lt;/font&gt;&lt;div&gt;&lt;span style=&quot;caret-color: rgb(0, 0, 0); font-size: 11px;&quot;&gt;metodą&lt;br&gt;&lt;/span&gt;&lt;div&gt;&lt;font color=&quot;#000000&quot;&gt;&lt;span style=&quot;caret-color: rgb(0, 0, 0); font-size: 11px;&quot;&gt;HTTPS POST&lt;/span&gt;&lt;/font&gt;&lt;/div&gt;&lt;/div&gt;" vertex="1">
          <mxGeometry height="78" width="110" x="220" y="39" as="geometry" />
        </mxCell>
        <mxCell id="zzqq1YDTvUKB0URQ00NY-170" parent="zzqq1YDTvUKB0URQ00NY-165" style="html=1;shadow=0;dashed=0;align=center;verticalAlign=middle;shape=mxgraph.arrows2.arrow;dy=0;dx=10;notch=10;fontSize=11;labelBackgroundColor=none;" value="analiza&amp;nbsp;&lt;div&gt;odpowiedzi&amp;nbsp;&lt;/div&gt;&lt;div&gt;serwera&lt;/div&gt;" vertex="1">
          <mxGeometry height="78" width="110" x="330" y="39" as="geometry" />
        </mxCell>
        <mxCell id="zzqq1YDTvUKB0URQ00NY-171" parent="zzqq1YDTvUKB0URQ00NY-165" style="text;whiteSpace=wrap;html=1;align=center;" value="&lt;div style=&quot;&quot;&gt;&lt;b&gt;&lt;font style=&quot;font-size: 15px;&quot;&gt;Wysyłka danych HTTPS&lt;/font&gt;&lt;/b&gt;&lt;/div&gt;" vertex="1">
          <mxGeometry height="65" width="460" x="-10" as="geometry" />
        </mxCell>
        <mxCell id="zzqq1YDTvUKB0URQ00NY-172" parent="zzqq1YDTvUKB0URQ00NY-165" style="text;whiteSpace=wrap;html=1;align=center;" value="&lt;div style=&quot;&quot;&gt;&lt;span style=&quot;font-size: 11px; white-space: nowrap;&quot;&gt;ustawienie&amp;nbsp;&lt;/span&gt;&lt;br&gt;&lt;/div&gt;&lt;div style=&quot;font-size: 11px;&quot;&gt;&lt;span style=&quot;white-space: nowrap;&quot;&gt;URL kanału&lt;/span&gt;&lt;br&gt;&lt;/div&gt;&lt;div style=&quot;font-size: 11px;&quot;&gt;&lt;span style=&quot;white-space: nowrap;&quot;&gt;ThingSpeak&lt;/span&gt;&lt;/div&gt;" vertex="1">
          <mxGeometry height="70" width="150" x="-20" y="50" as="geometry" />
        </mxCell>
      </root>
    </mxGraphModel>
  </diagram>
</mxfile>
